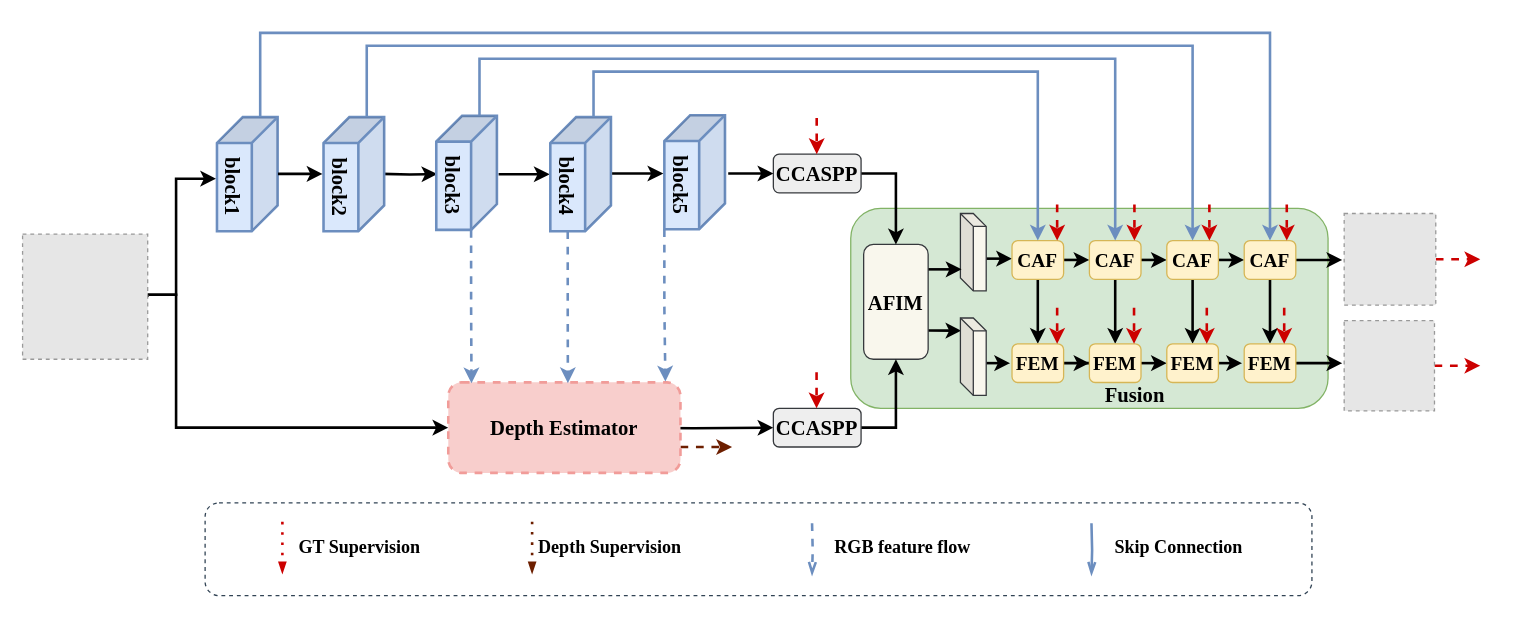
Above: uta.drawio in Hymhh/hymhh (draw.io), before the change. Source tidied: cells renumbered, new cells numbered last; positions are measured from the earlier drawing's top-left corner, leaving out a move shared by most shapes. Both pictures are drawn from the tidied source at 129%, with x=0, y=0 at pixel (22, 32). Pictures stored in the file or linked from it are replaced by grey dashed boxes.
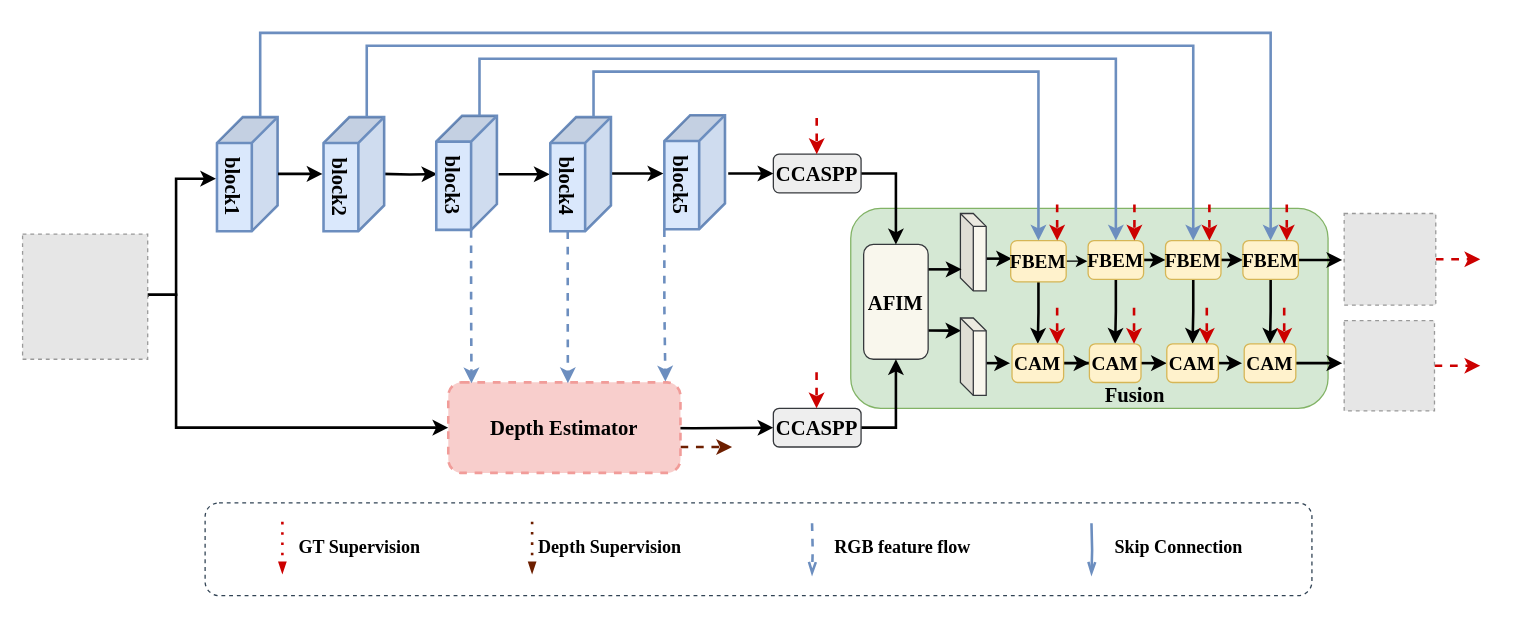
The same page after the edit.

Change to the diagram source:
```diff
@@
-    <mxCell id="11" style="edgeStyle=orthogonalEdgeStyle;rounded=0;jettySize=auto;html=1;exitX=1;exitY=0.5;exitDx=0;exitDy=0;strokeWidth=2;" parent="1" edge="1" source="13">
-      <mxGeometry relative="1" as="geometry">
-        <mxPoint x="827" y="176" as="targetPoint" />
-      </mxGeometry>
-    </mxCell>
@@
+    <mxCell id="81" style="edgeStyle=orthogonalEdgeStyle;rounded=0;jettySize=auto;html=1;exitX=1;exitY=0.5;exitDx=0;exitDy=0;entryX=-0.012;entryY=0.533;entryDx=0;entryDy=0;entryPerimeter=0;" parent="1" edge="1" source="13" target="16">
+      <mxGeometry relative="1" as="geometry" />
+    </mxCell>
-    <mxCell id="13" value="&lt;b&gt;&lt;font face=&quot;Times New Roman&quot; style=&quot;font-size: 15px&quot;&gt;CAF&lt;/font&gt;&lt;/b&gt;" style="rounded=1;whiteSpace=wrap;html=1;fillColor=#fff2cc;strokeColor=#d6b656;" parent="1" vertex="1">
-      <mxGeometry x="767" y="161" width="40" height="30" as="geometry" />
+    <mxCell id="13" value="&lt;b&gt;&lt;font face=&quot;Times New Roman&quot; style=&quot;font-size: 15px&quot;&gt;FBEM&lt;/font&gt;&lt;/b&gt;" style="rounded=1;whiteSpace=wrap;html=1;fillColor=#fff2cc;strokeColor=#d6b656;" parent="1" vertex="1">
+      <mxGeometry x="766" y="161" width="43" height="32" as="geometry" />
     </mxCell>
@@
-    <mxCell id="16" value="&lt;span&gt;&lt;font style=&quot;font-size: 15px&quot; face=&quot;Times New Roman&quot;&gt;&lt;b&gt;CAF&lt;/b&gt;&lt;/font&gt;&lt;/span&gt;" style="rounded=1;whiteSpace=wrap;html=1;fillColor=#fff2cc;strokeColor=#d6b656;" parent="1" vertex="1">
-      <mxGeometry x="827" y="161" width="40" height="30" as="geometry" />
+    <mxCell id="16" value="&lt;b&gt;&lt;font face=&quot;Times New Roman&quot; style=&quot;font-size: 15px&quot;&gt;FBEM&lt;/font&gt;&lt;/b&gt;" style="rounded=1;whiteSpace=wrap;html=1;fillColor=#fff2cc;strokeColor=#d6b656;" parent="1" vertex="1">
+      <mxGeometry x="826" y="161" width="43" height="30" as="geometry" />
     </mxCell>
@@
-    <mxCell id="19" value="&lt;font style=&quot;font-size: 15px&quot; face=&quot;Times New Roman&quot;&gt;&lt;b&gt;CAF&lt;/b&gt;&lt;/font&gt;" style="rounded=1;whiteSpace=wrap;html=1;fillColor=#fff2cc;strokeColor=#d6b656;" parent="1" vertex="1">
-      <mxGeometry x="887" y="161" width="40" height="30" as="geometry" />
+    <mxCell id="19" value="&lt;b&gt;&lt;font face=&quot;Times New Roman&quot; style=&quot;font-size: 15px&quot;&gt;FBEM&lt;/font&gt;&lt;/b&gt;" style="rounded=1;whiteSpace=wrap;html=1;fillColor=#fff2cc;strokeColor=#d6b656;" parent="1" vertex="1">
+      <mxGeometry x="886" y="161" width="43" height="30" as="geometry" />
     </mxCell>
@@
-    <mxCell id="22" value="&lt;span&gt;&lt;b&gt;&lt;font face=&quot;Times New Roman&quot; style=&quot;font-size: 15px&quot;&gt;CAF&lt;/font&gt;&lt;/b&gt;&lt;/span&gt;" style="rounded=1;whiteSpace=wrap;html=1;fillColor=#fff2cc;strokeColor=#d6b656;" parent="1" vertex="1">
-      <mxGeometry x="947" y="161" width="40" height="30" as="geometry" />
+    <mxCell id="22" value="&lt;b&gt;&lt;font face=&quot;Times New Roman&quot; style=&quot;font-size: 15px&quot;&gt;FBEM&lt;/font&gt;&lt;/b&gt;" style="rounded=1;whiteSpace=wrap;html=1;fillColor=#fff2cc;strokeColor=#d6b656;" parent="1" vertex="1">
+      <mxGeometry x="946" y="161" width="43" height="30" as="geometry" />
     </mxCell>
@@
-    <mxCell id="24" value="&lt;b&gt;&lt;font face=&quot;Times New Roman&quot; style=&quot;font-size: 15px&quot;&gt;FEM&lt;/font&gt;&lt;/b&gt;" style="rounded=1;whiteSpace=wrap;html=1;fillColor=#fff2cc;strokeColor=#d6b656;" parent="1" vertex="1">
+    <mxCell id="24" value="&lt;b&gt;&lt;font face=&quot;Times New Roman&quot; style=&quot;font-size: 15px&quot;&gt;CAM&lt;/font&gt;&lt;/b&gt;" style="rounded=1;whiteSpace=wrap;html=1;fillColor=#fff2cc;strokeColor=#d6b656;" parent="1" vertex="1">
       <mxGeometry x="767" y="241" width="40" height="30" as="geometry" />
     </mxCell>
@@
-    <mxCell id="26" value="&lt;span&gt;&lt;b&gt;&lt;font face=&quot;Times New Roman&quot; style=&quot;font-size: 15px&quot;&gt;FEM&lt;/font&gt;&lt;/b&gt;&lt;/span&gt;" style="rounded=1;whiteSpace=wrap;html=1;fillColor=#fff2cc;strokeColor=#d6b656;" parent="1" vertex="1">
+    <mxCell id="26" value="&lt;span&gt;&lt;b&gt;&lt;font face=&quot;Times New Roman&quot; style=&quot;font-size: 15px&quot;&gt;CAM&lt;/font&gt;&lt;/b&gt;&lt;/span&gt;" style="rounded=1;whiteSpace=wrap;html=1;fillColor=#fff2cc;strokeColor=#d6b656;" parent="1" vertex="1">
       <mxGeometry x="827" y="241" width="40" height="30" as="geometry" />
     </mxCell>
@@
-    <mxCell id="28" value="&lt;span&gt;&lt;font face=&quot;Times New Roman&quot; size=&quot;1&quot;&gt;&lt;b style=&quot;font-size: 15px&quot;&gt;FEM&lt;/b&gt;&lt;/font&gt;&lt;/span&gt;" style="rounded=1;whiteSpace=wrap;html=1;fillColor=#fff2cc;strokeColor=#d6b656;" parent="1" vertex="1">
+    <mxCell id="28" value="&lt;span&gt;&lt;font face=&quot;Times New Roman&quot; size=&quot;1&quot;&gt;&lt;b style=&quot;font-size: 15px&quot;&gt;CAM&lt;/b&gt;&lt;/font&gt;&lt;/span&gt;" style="rounded=1;whiteSpace=wrap;html=1;fillColor=#fff2cc;strokeColor=#d6b656;" parent="1" vertex="1">
       <mxGeometry x="947" y="241" width="40" height="30" as="geometry" />
     </mxCell>
@@
-    <mxCell id="30" value="&lt;span&gt;&lt;b&gt;&lt;font face=&quot;Times New Roman&quot; style=&quot;font-size: 15px&quot;&gt;FEM&lt;/font&gt;&lt;/b&gt;&lt;/span&gt;" style="rounded=1;whiteSpace=wrap;html=1;fillColor=#fff2cc;strokeColor=#d6b656;" parent="1" vertex="1">
+    <mxCell id="30" value="&lt;span&gt;&lt;b&gt;&lt;font face=&quot;Times New Roman&quot; style=&quot;font-size: 15px&quot;&gt;CAM&lt;/font&gt;&lt;/b&gt;&lt;/span&gt;" style="rounded=1;whiteSpace=wrap;html=1;fillColor=#fff2cc;strokeColor=#d6b656;" parent="1" vertex="1">
       <mxGeometry x="887" y="241" width="40" height="30" as="geometry" />
     </mxCell>
```
